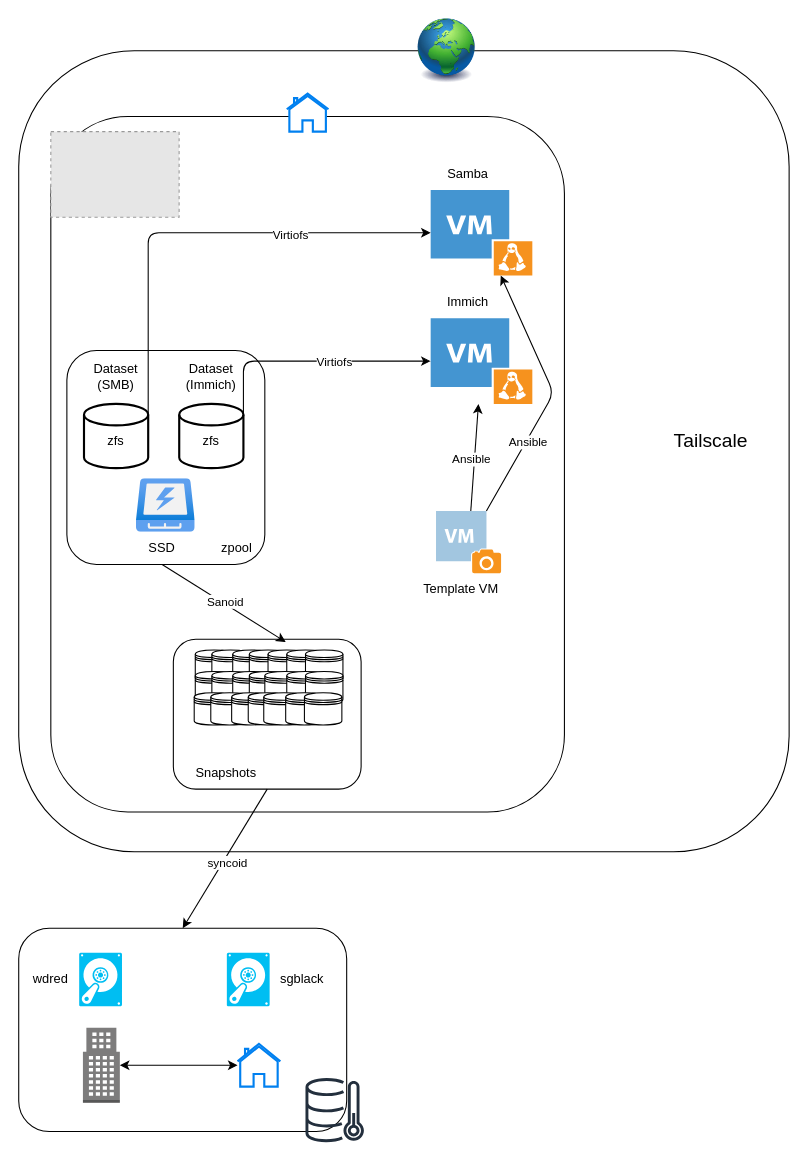
Above: setup.drawio in HakonSkogsrud/serversetup (draw.io), before the change. Source tidied: cells renumbered, new cells numbered last; positions are measured from the earlier drawing's top-left corner, leaving out a move shared by most shapes. Both pictures are drawn from the tidied source at 107%, with x=0, y=0 at pixel (18, 18). Pictures stored in the file or linked from it are replaced by grey dashed boxes.
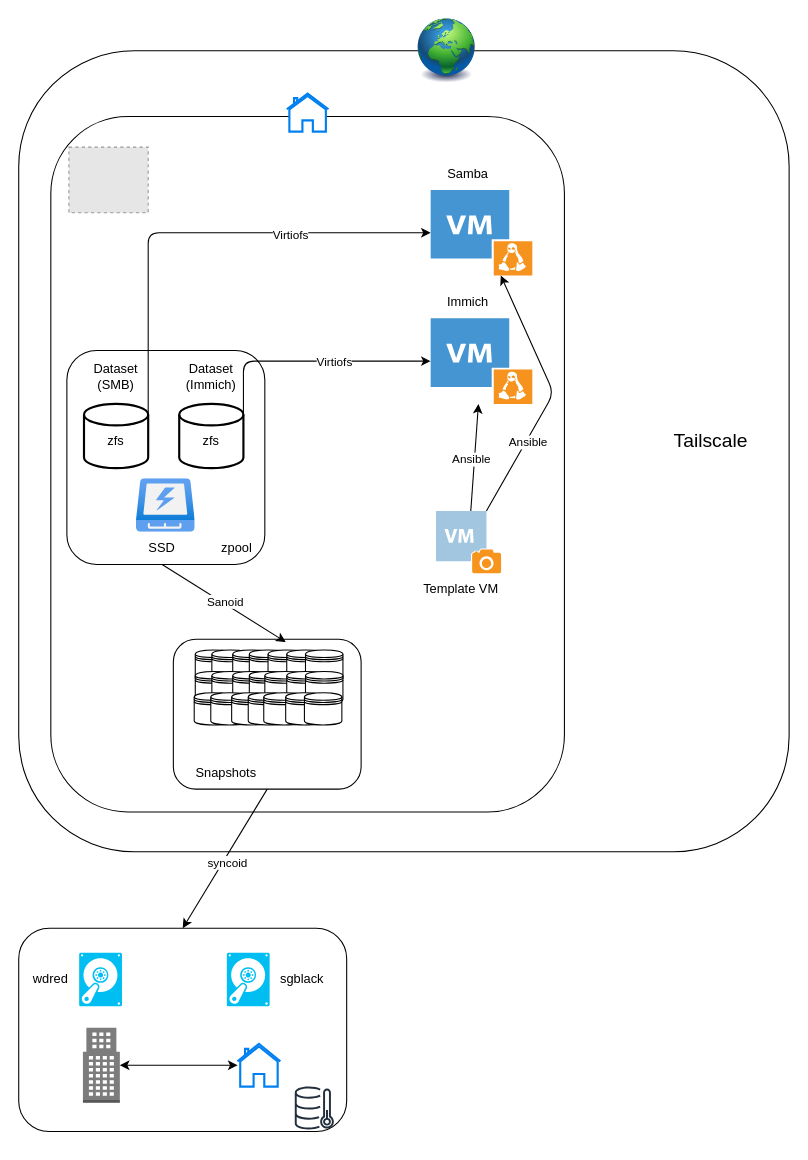
After the change.

The edit, as a diff of the source:
```diff
@@
-    <mxCell id="44" style="fillColor=#E6E6E6;strokeColor=#999999;dashed=1;verticalLabelPosition=bottom;verticalAlign=top;" parent="1" vertex="1">
-      <mxGeometry x="30" y="105.5" width="119.9" height="80" as="geometry" />
-    </mxCell>
@@
     <mxCell id="67" style="sketch=0;fontColor=#232F3E;gradientColor=none;fillColor=#232F3D;strokeColor=none;dashed=0;verticalLabelPosition=bottom;verticalAlign=top;align=center;html=1;fontSize=12;fontStyle=0;shape=mxgraph.aws4.cold_storage;" parent="1" vertex="1">
-      <mxGeometry x="268" y="990" width="54.6" height="60" as="geometry" />
+      <mxGeometry x="258" y="998" width="36.5" height="40.1" as="geometry" />
     </mxCell>
+    <mxCell id="68" style="fillColor=#E6E6E6;strokeColor=#999999;dashed=1;verticalLabelPosition=bottom;verticalAlign=top;" parent="1" vertex="1">
+      <mxGeometry x="46.9" y="120" width="74.1" height="61.4" as="geometry" />
+    </mxCell>
```
